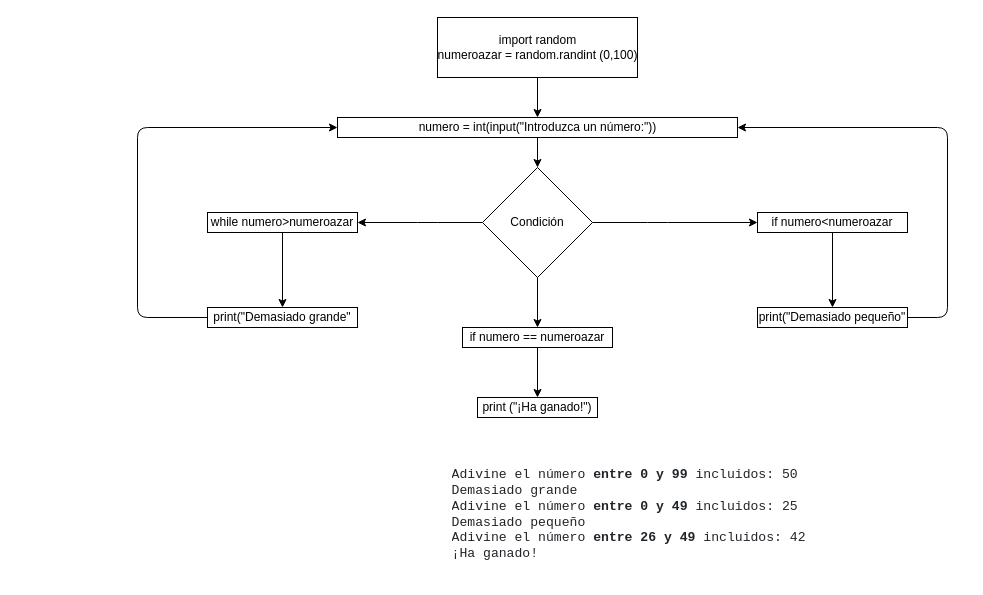
This is diagrama.drawio from mgonzalz/adivina_un_numero, a draw.io file, before an edit. Source tidied: cells renumbered, new cells numbered last; positions are measured from the earlier drawing's top-left corner, leaving out a move shared by most shapes. Both pictures are drawn from the tidied source at 100%, with x=0, y=0 at pixel (137, 17).
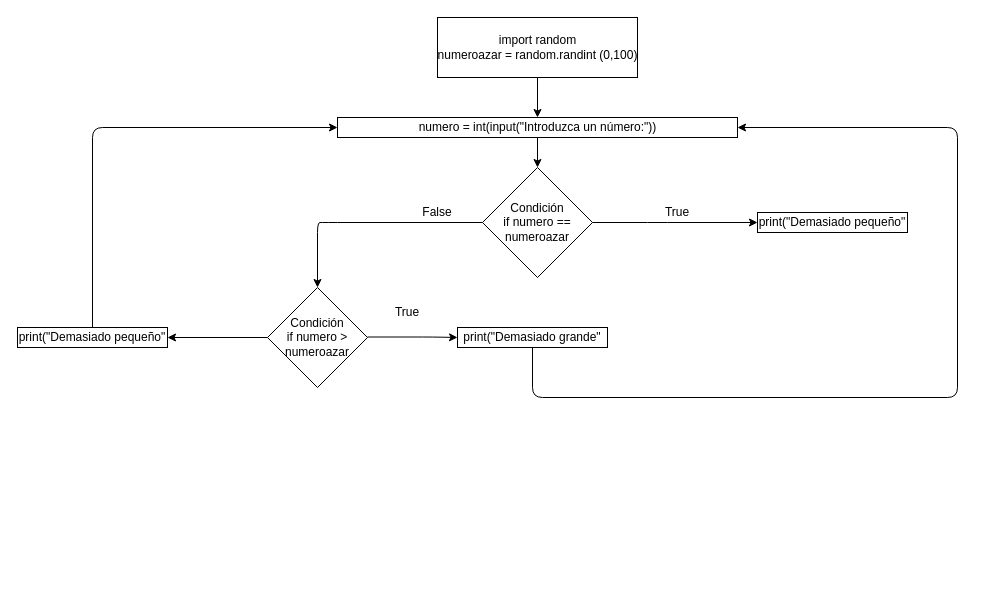
After the change.

Unchanged cells that the change refers to:
```xml
<mxCell id="6" style="rhombus;whiteSpace=wrap;html=1;" parent="1" vertex="1">
  <mxGeometry x="345" y="150" width="110" height="110" as="geometry" />
</mxCell>
<mxCell id="12" style="rounded=0;whiteSpace=wrap;html=1;" parent="1" vertex="1">
  <mxGeometry x="200" y="100" width="400" height="20" as="geometry" />
</mxCell>
```

What changed in the source:
```diff
@@
-    <mxCell id="5" style="edgeStyle=none;html=1;" parent="1" edge="1" source="6">
-      <mxGeometry relative="1" as="geometry">
-        <mxPoint x="400" y="310" as="targetPoint" />
-      </mxGeometry>
-    </mxCell>
@@
-    <mxCell id="7" style="edgeStyle=none;html=1;entryX=1;entryY=0.5;entryDx=0;entryDy=0;exitX=0;exitY=0.5;exitDx=0;exitDy=0;" parent="1" edge="1" source="6" target="14">
+    <mxCell id="7" style="edgeStyle=none;html=1;entryX=0.5;entryY=0;entryDx=0;entryDy=0;exitX=0;exitY=0.5;exitDx=0;exitDy=0;" parent="1" edge="1" source="6" target="32">
       <mxGeometry relative="1" as="geometry">
         <Array as="points">
-          <mxPoint x="290" y="205" />
+          <mxPoint x="190" y="205" />
+          <mxPoint x="180" y="205" />
         </Array>
       </mxGeometry>
     </mxCell>
-    <mxCell id="8" value="Condición" style="text;html=1;strokeColor=none;fillColor=none;align=center;verticalAlign=middle;whiteSpace=wrap;rounded=0;" parent="1" vertex="1">
+    <mxCell id="8" value="Condición&lt;br&gt;if numero == numeroazar" style="text;html=1;strokeColor=none;fillColor=none;align=center;verticalAlign=middle;whiteSpace=wrap;rounded=0;" parent="1" vertex="1">
       <mxGeometry x="360" y="190" width="80" height="30" as="geometry" />
     </mxCell>
@@
-    <mxCell id="10" value="&lt;pre style=&quot;box-sizing: border-box ; font-family: , &amp;#34;menlo&amp;#34; , &amp;#34;monaco&amp;#34; , &amp;#34;consolas&amp;#34; , &amp;#34;liberation mono&amp;#34; , &amp;#34;courier new&amp;#34; , monospace ; font-size: 13.125px ; margin-top: 0px ; margin-bottom: 1rem ; overflow: auto ; color: rgb(33 , 37 , 41) ; text-align: left ; background-color: rgba(255 , 255 , 255 , 0.85)&quot;&gt;&lt;code style=&quot;box-sizing: border-box ; font-family: , &amp;#34;menlo&amp;#34; , &amp;#34;monaco&amp;#34; , &amp;#34;consolas&amp;#34; , &amp;#34;liberation mono&amp;#34; , &amp;#34;courier new&amp;#34; , monospace ; font-size: inherit ; overflow-wrap: break-word ; word-break: normal&quot;&gt;Adivine el número &lt;span style=&quot;box-sizing: border-box ; font-weight: bolder&quot;&gt;entre 0 y 99&lt;/span&gt; incluidos: 50&amp;nbsp;&lt;br/&gt;Demasiado grande&amp;nbsp;&lt;br/&gt;Adivine el número &lt;span style=&quot;box-sizing: border-box ; font-weight: bolder&quot;&gt;entre 0 y 49&lt;/span&gt; incluidos: 25&amp;nbsp;&lt;br/&gt;Demasiado pequeño&amp;nbsp;&lt;br/&gt;Adivine el número &lt;span style=&quot;box-sizing: border-box ; font-weight: bolder&quot;&gt;entre 26 y 49&lt;/span&gt; incluidos: 42&amp;nbsp;&lt;br/&gt;¡Ha ganado! &lt;/code&gt;&lt;/pre&gt;" style="text;html=1;align=center;verticalAlign=middle;fillColor=none;strokeColor=none;rounded=0;" parent="1" vertex="1">
-      <mxGeometry x="300" y="450" width="390" height="110" as="geometry" />
-    </mxCell>
@@
-    <mxCell id="14" style="rounded=0;whiteSpace=wrap;html=1;" parent="1" vertex="1">
-      <mxGeometry x="70" y="195" width="150" height="20" as="geometry" />
-    </mxCell>
-    <mxCell id="15" style="edgeStyle=none;html=1;" parent="1" edge="1" source="16">
-      <mxGeometry relative="1" as="geometry">
-        <mxPoint x="695" y="290" as="targetPoint" />
-      </mxGeometry>
-    </mxCell>
-    <mxCell id="16" style="rounded=0;whiteSpace=wrap;html=1;" parent="1" vertex="1">
-      <mxGeometry x="620" y="195" width="150" height="20" as="geometry" />
-    </mxCell>
-    <mxCell id="17" style="rounded=0;whiteSpace=wrap;html=1;" parent="1" vertex="1">
-      <mxGeometry x="325" y="310" width="150" height="20" as="geometry" />
-    </mxCell>
-    <mxCell id="18" style="edgeStyle=none;html=1;" parent="1" edge="1" source="19" target="26">
-      <mxGeometry relative="1" as="geometry" />
-    </mxCell>
-    <mxCell id="19" value="while numero&amp;gt;numeroazar" style="text;html=1;strokeColor=none;fillColor=none;align=center;verticalAlign=middle;whiteSpace=wrap;rounded=0;" parent="1" vertex="1">
-      <mxGeometry x="70" y="195" width="150" height="20" as="geometry" />
-    </mxCell>
-    <mxCell id="20" value="if numero&amp;lt;numeroazar" style="text;html=1;strokeColor=none;fillColor=none;align=center;verticalAlign=middle;whiteSpace=wrap;rounded=0;" parent="1" vertex="1">
-      <mxGeometry x="630" y="195" width="130" height="20" as="geometry" />
-    </mxCell>
-    <mxCell id="21" style="edgeStyle=none;html=1;" parent="1" edge="1" source="22" target="23">
-      <mxGeometry relative="1" as="geometry" />
-    </mxCell>
-    <mxCell id="22" value="if numero == numeroazar" style="text;html=1;strokeColor=none;fillColor=none;align=center;verticalAlign=middle;whiteSpace=wrap;rounded=0;" parent="1" vertex="1">
-      <mxGeometry x="325" y="310" width="150" height="20" as="geometry" />
-    </mxCell>
-    <mxCell id="23" style="rounded=0;whiteSpace=wrap;html=1;" parent="1" vertex="1">
-      <mxGeometry x="340" y="380" width="120" height="20" as="geometry" />
-    </mxCell>
-    <mxCell id="24" value="print (&quot;¡Ha ganado!&quot;)" style="text;html=1;strokeColor=none;fillColor=none;align=center;verticalAlign=middle;whiteSpace=wrap;rounded=0;" parent="1" vertex="1">
-      <mxGeometry x="340" y="380" width="120" height="20" as="geometry" />
-    </mxCell>
-    <mxCell id="25" style="edgeStyle=none;html=1;entryX=0;entryY=0.5;entryDx=0;entryDy=0;" parent="1" edge="1" source="26" target="12">
+    <mxCell id="25" style="edgeStyle=none;html=1;entryX=1;entryY=0.5;entryDx=0;entryDy=0;" parent="1" edge="1" source="26" target="12">
       <mxGeometry relative="1" as="geometry">
         <Array as="points">
-          <mxPoint y="300" />
-          <mxPoint y="110" />
+          <mxPoint x="395" y="380" />
+          <mxPoint x="820" y="380" />
+          <mxPoint x="820" y="110" />
         </Array>
       </mxGeometry>
     </mxCell>
     <mxCell id="26" value="print(&quot;Demasiado grande&quot;" style="rounded=0;whiteSpace=wrap;html=1;" parent="1" vertex="1">
-      <mxGeometry x="70" y="290" width="150" height="20" as="geometry" />
+      <mxGeometry x="320" y="310" width="150" height="20" as="geometry" />
     </mxCell>
-    <mxCell id="27" style="edgeStyle=none;html=1;entryX=1;entryY=0.5;entryDx=0;entryDy=0;" parent="1" edge="1" source="28" target="12">
-      <mxGeometry relative="1" as="geometry">
-        <Array as="points">
-          <mxPoint x="810" y="300" />
-          <mxPoint x="810" y="110" />
-        </Array>
-      </mxGeometry>
-    </mxCell>
     <mxCell id="28" value="print(&quot;Demasiado pequeño&quot;" style="rounded=0;whiteSpace=wrap;html=1;" parent="1" vertex="1">
-      <mxGeometry x="620" y="290" width="150" height="20" as="geometry" />
+      <mxGeometry x="620" y="195" width="150" height="20" as="geometry" />
     </mxCell>
+    <mxCell id="29" value="True" style="text;html=1;strokeColor=none;fillColor=none;align=center;verticalAlign=middle;whiteSpace=wrap;rounded=0;" parent="1" vertex="1">
+      <mxGeometry x="510" y="180" width="60" height="30" as="geometry" />
+    </mxCell>
+    <mxCell id="30" value="False" style="text;html=1;strokeColor=none;fillColor=none;align=center;verticalAlign=middle;whiteSpace=wrap;rounded=0;" parent="1" vertex="1">
+      <mxGeometry x="270" y="180" width="60" height="30" as="geometry" />
+    </mxCell>
+    <mxCell id="31" style="edgeStyle=none;html=1;" parent="1" edge="1" source="32">
+      <mxGeometry relative="1" as="geometry">
+        <mxPoint x="30" y="320" as="targetPoint" />
+      </mxGeometry>
+    </mxCell>
+    <mxCell id="32" style="rhombus;whiteSpace=wrap;html=1;" parent="1" vertex="1">
+      <mxGeometry x="130" y="270" width="100" height="100" as="geometry" />
+    </mxCell>
+    <mxCell id="33" value="Condición&lt;br&gt;if numero &amp;gt; numeroazar" style="text;html=1;strokeColor=none;fillColor=none;align=center;verticalAlign=middle;whiteSpace=wrap;rounded=0;" parent="1" vertex="1">
+      <mxGeometry x="140" y="305" width="80" height="30" as="geometry" />
+    </mxCell>
+    <mxCell id="34" value="True" style="text;html=1;strokeColor=none;fillColor=none;align=center;verticalAlign=middle;whiteSpace=wrap;rounded=0;" parent="1" vertex="1">
+      <mxGeometry x="240" y="280" width="60" height="30" as="geometry" />
+    </mxCell>
+    <mxCell id="35" style="edgeStyle=none;html=1;" parent="1" edge="1">
+      <mxGeometry relative="1" as="geometry">
+        <mxPoint x="230" y="319.5" as="sourcePoint" />
+        <mxPoint x="320" y="320" as="targetPoint" />
+        <Array as="points">
+          <mxPoint x="295" y="319.5" />
+        </Array>
+      </mxGeometry>
+    </mxCell>
+    <mxCell id="36" style="edgeStyle=none;html=1;entryX=0;entryY=0.5;entryDx=0;entryDy=0;" parent="1" edge="1" source="37" target="12">
+      <mxGeometry relative="1" as="geometry">
+        <Array as="points">
+          <mxPoint x="-45" y="110" />
+        </Array>
+      </mxGeometry>
+    </mxCell>
+    <mxCell id="37" value="print(&quot;Demasiado pequeño&quot;" style="rounded=0;whiteSpace=wrap;html=1;" parent="1" vertex="1">
+      <mxGeometry x="-120" y="310" width="150" height="20" as="geometry" />
+    </mxCell>
```
